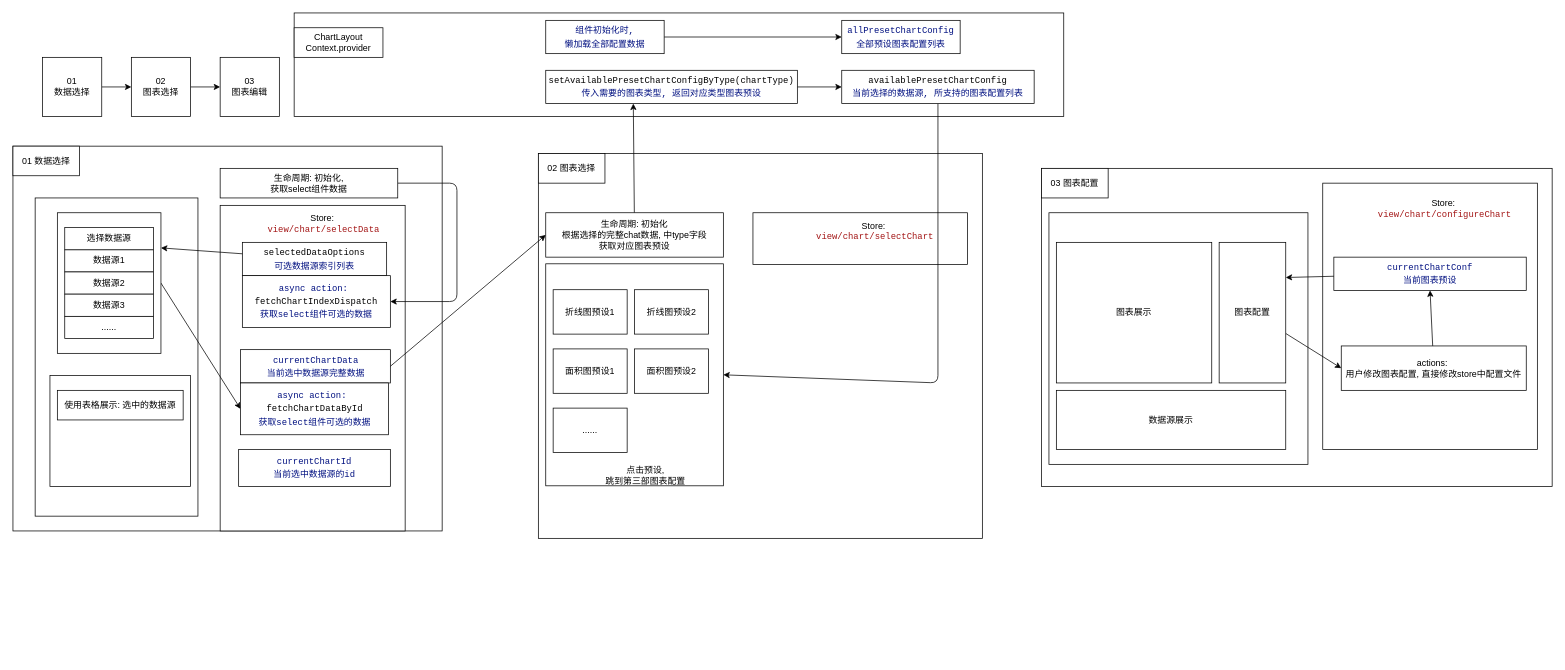
Before: doc/图表配置模块逻辑.drawio in tsja2001/react-dashboard, a draw.io diagram. Source tidied: cells renumbered, new cells numbered last; positions are measured from the earlier drawing's top-left corner, leaving out a move shared by most shapes. Both pictures are drawn from the tidied source at 74%, with x=0, y=0 at pixel (13, 13).
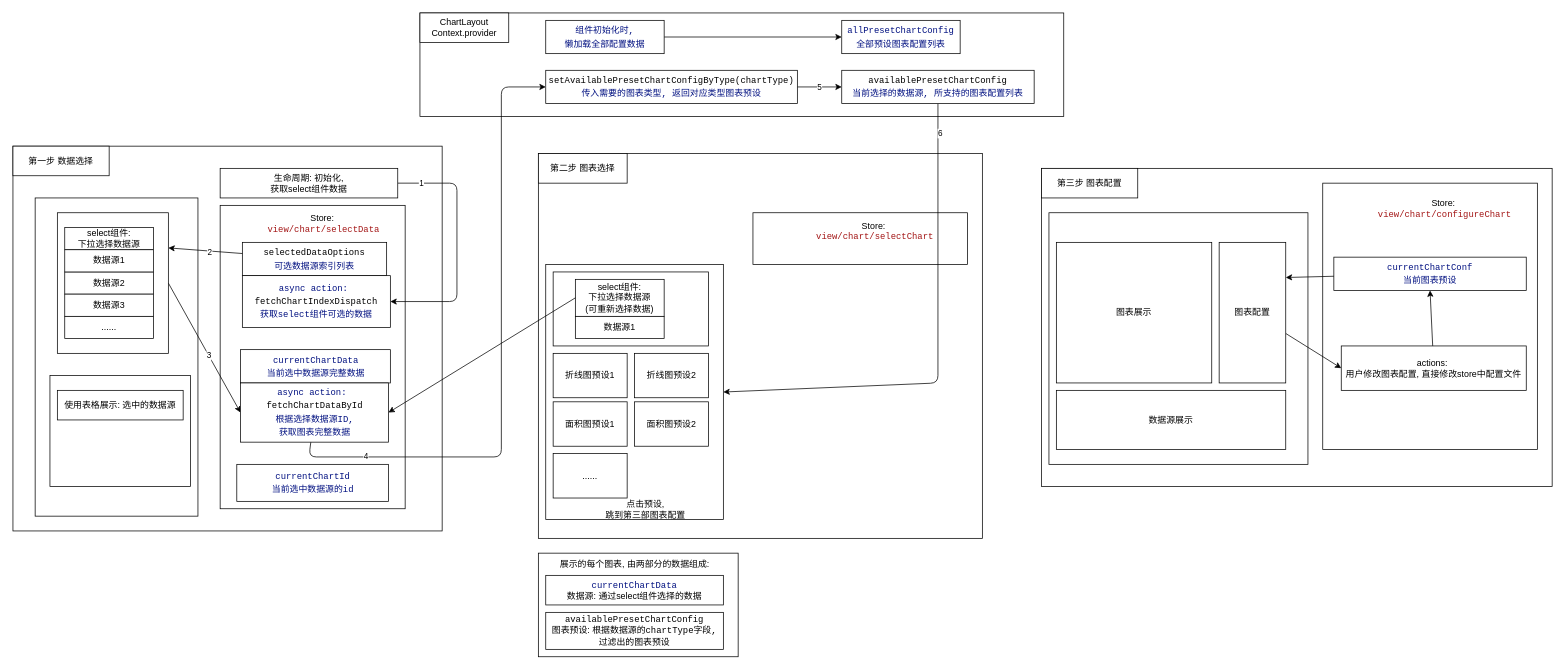
The same diagram, later.

Commit message:
feat: 完善图表配置文档UML图

Unchanged cells that the change refers to:
```xml
<mxCell id="12" value="&lt;div style=&quot;background-color: rgb(255, 255, 255); font-family: &amp;quot;Input Mono&amp;quot;, &amp;quot;Fira Code&amp;quot;, monospace, Menlo, Monaco, &amp;quot;Courier New&amp;quot;, monospace; line-height: 18px;&quot;&gt;&lt;div style=&quot;color: rgb(59, 59, 59); line-height: 18px;&quot;&gt;&lt;span style=&quot;color: #001080;&quot;&gt;currentChartData&lt;/span&gt;&lt;/div&gt;&lt;/div&gt;&lt;div style=&quot;background-color: rgb(255, 255, 255); font-family: &amp;quot;Input Mono&amp;quot;, &amp;quot;Fira Code&amp;quot;, monospace, Menlo, Monaco, &amp;quot;Courier New&amp;quot;, monospace; line-height: 18px;&quot;&gt;&lt;font color=&quot;#001080&quot;&gt;当前选中数据源完整数据&lt;/font&gt;&lt;/div&gt;" style="rounded=0;whiteSpace=wrap;html=1;" parent="1" vertex="1">
  <mxGeometry x="307.5" y="455" width="202.5" height="45" as="geometry" />
</mxCell>
<mxCell id="39" style="edgeStyle=none;html=1;exitX=1;exitY=0.5;exitDx=0;exitDy=0;entryX=0;entryY=0.5;entryDx=0;entryDy=0;" parent="1" edge="1" source="40" target="61">
  <mxGeometry relative="1" as="geometry" />
</mxCell>
<mxCell id="46" style="edgeStyle=none;html=1;entryX=1;entryY=0.25;entryDx=0;entryDy=0;" parent="1" edge="1" source="11" target="40">
  <mxGeometry relative="1" as="geometry" />
</mxCell>
<mxCell id="52" style="edgeStyle=none;html=1;entryX=1;entryY=0.5;entryDx=0;entryDy=0;" parent="1" edge="1" source="53" target="18">
  <mxGeometry relative="1" as="geometry">
    <Array as="points">
      <mxPoint x="1250" y="500" />
    </Array>
  </mxGeometry>
</mxCell>
<mxCell id="53" value="&lt;div style=&quot;color: rgb(59, 59, 59); background-color: rgb(255, 255, 255); font-family: &amp;quot;Input Mono&amp;quot;, &amp;quot;Fira Code&amp;quot;, monospace, Menlo, Monaco, &amp;quot;Courier New&amp;quot;, monospace; line-height: 18px;&quot;&gt;&lt;div style=&quot;line-height: 18px;&quot;&gt;&lt;div style=&quot;color: rgb(0, 0, 0); line-height: 18px;&quot;&gt;availablePresetChartConfig&lt;/div&gt;&lt;/div&gt;&lt;/div&gt;&lt;div style=&quot;color: rgb(59, 59, 59); background-color: rgb(255, 255, 255); font-family: &amp;quot;Input Mono&amp;quot;, &amp;quot;Fira Code&amp;quot;, monospace, Menlo, Monaco, &amp;quot;Courier New&amp;quot;, monospace; line-height: 18px;&quot;&gt;&lt;span style=&quot;color: rgb(0, 16, 128);&quot;&gt;当前选择的数据源, 所支持的图表配置列表&lt;/span&gt;&lt;br&gt;&lt;/div&gt;" style="rounded=0;whiteSpace=wrap;html=1;" parent="1" vertex="1">
  <mxGeometry x="1120" y="77.5" width="260" height="45" as="geometry" />
</mxCell>
<mxCell id="55" value="&lt;div style=&quot;color: rgb(59, 59, 59); background-color: rgb(255, 255, 255); font-family: &amp;quot;Input Mono&amp;quot;, &amp;quot;Fira Code&amp;quot;, monospace, Menlo, Monaco, &amp;quot;Courier New&amp;quot;, monospace; line-height: 18px;&quot;&gt;&lt;div style=&quot;line-height: 18px;&quot;&gt;&lt;div style=&quot;color: rgb(0, 0, 0); line-height: 18px;&quot;&gt;&lt;div style=&quot;line-height: 18px;&quot;&gt;setAvailablePresetChartConfigByType(chartType)&lt;/div&gt;&lt;/div&gt;&lt;/div&gt;&lt;/div&gt;&lt;div style=&quot;background-color: rgb(255, 255, 255); font-family: &amp;quot;Input Mono&amp;quot;, &amp;quot;Fira Code&amp;quot;, monospace, Menlo, Monaco, &amp;quot;Courier New&amp;quot;, monospace; line-height: 18px;&quot;&gt;&lt;font color=&quot;#001080&quot;&gt;传入需要的图表类型, 返回对应类型图表预设&lt;/font&gt;&lt;/div&gt;" style="rounded=0;whiteSpace=wrap;html=1;" parent="1" vertex="1">
  <mxGeometry x="720" y="77.5" width="340" height="45" as="geometry" />
</mxCell>
<mxCell id="63" style="edgeStyle=none;html=1;entryX=1;entryY=0.5;entryDx=0;entryDy=0;" parent="1" edge="1" source="64" target="60">
  <mxGeometry relative="1" as="geometry">
    <Array as="points">
      <mxPoint x="600" y="230" />
      <mxPoint x="600" y="390" />
    </Array>
  </mxGeometry>
</mxCell>
```

Change to the diagram source:
```diff
@@
-    <mxCell id="2" style="edgeStyle=none;html=1;" parent="1" edge="1" source="3" target="5">
-      <mxGeometry relative="1" as="geometry" />
-    </mxCell>
-    <mxCell id="3" value="01&lt;br&gt;数据选择" style="rounded=0;whiteSpace=wrap;html=1;fontFamily=Helvetica;fontSize=12;fontColor=default;align=center;strokeColor=default;fillColor=default;" parent="1" vertex="1">
-      <mxGeometry x="40" y="60" width="80" height="80" as="geometry" />
-    </mxCell>
-    <mxCell id="4" style="edgeStyle=none;html=1;" parent="1" edge="1" source="5" target="6">
-      <mxGeometry relative="1" as="geometry" />
-    </mxCell>
-    <mxCell id="5" value="02&lt;br&gt;图表选择" style="rounded=0;whiteSpace=wrap;html=1;fontFamily=Helvetica;fontSize=12;fontColor=default;align=center;strokeColor=default;fillColor=default;" parent="1" vertex="1">
-      <mxGeometry x="160" y="60" width="80" height="80" as="geometry" />
-    </mxCell>
-    <mxCell id="6" value="03&lt;br&gt;图表编辑" style="rounded=0;whiteSpace=wrap;html=1;fontFamily=Helvetica;fontSize=12;fontColor=default;align=center;strokeColor=default;fillColor=default;" parent="1" vertex="1">
-      <mxGeometry x="280" y="60" width="80" height="80" as="geometry" />
-    </mxCell>
@@
-    <mxCell id="8" value="01 数据选择" style="rounded=0;whiteSpace=wrap;html=1;" parent="1" vertex="1">
-      <mxGeometry y="180" width="90" height="40" as="geometry" />
+    <mxCell id="8" value="第一步 数据选择" style="rounded=0;whiteSpace=wrap;html=1;" parent="1" vertex="1">
+      <mxGeometry y="180" width="130" height="40" as="geometry" />
     </mxCell>
     <mxCell id="9" style="rounded=0;whiteSpace=wrap;html=1;" parent="1" vertex="1">
-      <mxGeometry x="280" y="260" width="250" height="440" as="geometry" />
+      <mxGeometry x="280" y="260" width="250" height="410" as="geometry" />
     </mxCell>
@@
     <mxCell id="13" value="&lt;div style=&quot;background-color: rgb(255, 255, 255); font-family: &amp;quot;Input Mono&amp;quot;, &amp;quot;Fira Code&amp;quot;, monospace, Menlo, Monaco, &amp;quot;Courier New&amp;quot;, monospace; line-height: 18px;&quot;&gt;&lt;div style=&quot;color: rgb(59, 59, 59); line-height: 18px;&quot;&gt;&lt;div style=&quot;line-height: 18px;&quot;&gt;&lt;span style=&quot;color: #001080;&quot;&gt;currentChartId&lt;/span&gt;&lt;/div&gt;&lt;/div&gt;&lt;/div&gt;&lt;div style=&quot;background-color: rgb(255, 255, 255); font-family: &amp;quot;Input Mono&amp;quot;, &amp;quot;Fira Code&amp;quot;, monospace, Menlo, Monaco, &amp;quot;Courier New&amp;quot;, monospace; line-height: 18px;&quot;&gt;&lt;font color=&quot;#001080&quot;&gt;当前选中数据源的id&lt;/font&gt;&lt;/div&gt;" style="rounded=0;whiteSpace=wrap;html=1;" parent="1" vertex="1">
-      <mxGeometry x="305" y="590" width="205" height="50" as="geometry" />
+      <mxGeometry x="302.5" y="610" width="205" height="50" as="geometry" />
     </mxCell>
@@
-    <mxCell id="15" value="02 图表选择" style="rounded=0;whiteSpace=wrap;html=1;" parent="1" vertex="1">
-      <mxGeometry x="710" y="190" width="90" height="40" as="geometry" />
+    <mxCell id="15" value="第二步 图表选择" style="rounded=0;whiteSpace=wrap;html=1;" parent="1" vertex="1">
+      <mxGeometry x="710" y="190" width="120" height="40" as="geometry" />
     </mxCell>
@@
     <mxCell id="18" style="rounded=0;whiteSpace=wrap;html=1;fontSize=12;" parent="1" vertex="1">
-      <mxGeometry x="720" y="339" width="240" height="300" as="geometry" />
+      <mxGeometry x="720" y="340" width="240" height="344.5" as="geometry" />
     </mxCell>
     <mxCell id="19" value="折线图预设1" style="rounded=0;whiteSpace=wrap;html=1;" parent="1" vertex="1">
-      <mxGeometry x="730" y="374" width="100" height="60" as="geometry" />
+      <mxGeometry x="730" y="460" width="100" height="60" as="geometry" />
     </mxCell>
     <mxCell id="20" value="折线图预设2" style="rounded=0;whiteSpace=wrap;html=1;" parent="1" vertex="1">
-      <mxGeometry x="840" y="374" width="100" height="60" as="geometry" />
+      <mxGeometry x="840" y="460" width="100" height="60" as="geometry" />
     </mxCell>
     <mxCell id="21" value="面积图预设1" style="rounded=0;whiteSpace=wrap;html=1;" parent="1" vertex="1">
-      <mxGeometry x="730" y="454" width="100" height="60" as="geometry" />
+      <mxGeometry x="730" y="525.5" width="100" height="60" as="geometry" />
     </mxCell>
     <mxCell id="22" value="面积图预设2" style="rounded=0;whiteSpace=wrap;html=1;" parent="1" vertex="1">
-      <mxGeometry x="840" y="454" width="100" height="60" as="geometry" />
+      <mxGeometry x="840" y="525.5" width="100" height="60" as="geometry" />
     </mxCell>
     <mxCell id="23" value="......" style="rounded=0;whiteSpace=wrap;html=1;" parent="1" vertex="1">
-      <mxGeometry x="730" y="534" width="100" height="60" as="geometry" />
+      <mxGeometry x="730" y="595.5" width="100" height="60" as="geometry" />
     </mxCell>
@@
-    <mxCell id="25" value="03&amp;nbsp;图表配置" style="rounded=0;whiteSpace=wrap;html=1;" parent="1" vertex="1">
-      <mxGeometry x="1390" y="210" width="90" height="40" as="geometry" />
+    <mxCell id="25" value="第三步 图表配置" style="rounded=0;whiteSpace=wrap;html=1;" parent="1" vertex="1">
+      <mxGeometry x="1390" y="210" width="130" height="40" as="geometry" />
     </mxCell>
@@
     <mxCell id="35" value="点击预设, &lt;br&gt;跳到第三部图表配置" style="text;html=1;strokeColor=none;fillColor=none;align=center;verticalAlign=middle;whiteSpace=wrap;rounded=0;fontSize=12;" parent="1" vertex="1">
-      <mxGeometry x="790" y="610" width="130" height="30" as="geometry" />
+      <mxGeometry x="790" y="655.5" width="130" height="30" as="geometry" />
     </mxCell>
@@
+    <mxCell id="65" value="3" style="edgeLabel;html=1;align=center;verticalAlign=middle;" parent="39" vertex="1">
+      <mxGeometry x="0.12" relative="1" as="geometry" />
+    </mxCell>
     <mxCell id="40" style="rounded=0;whiteSpace=wrap;html=1;" parent="1" vertex="1">
-      <mxGeometry x="60" y="270" width="140" height="190" as="geometry" />
+      <mxGeometry x="60" y="270" width="150" height="190" as="geometry" />
     </mxCell>
-    <mxCell id="41" value="数据源1" style="rounded=0;whiteSpace=wrap;html=1;" parent="1" vertex="1">
-      <mxGeometry x="70" y="320" width="120" height="30" as="geometry" />
-    </mxCell>
@@
-    <mxCell id="45" value="选择数据源" style="rounded=0;whiteSpace=wrap;html=1;" parent="1" vertex="1">
+    <mxCell id="45" value="select组件: &lt;br&gt;下拉选择数据源" style="rounded=0;whiteSpace=wrap;html=1;" parent="1" vertex="1">
       <mxGeometry x="70" y="290" width="120" height="30" as="geometry" />
     </mxCell>
@@
+    <mxCell id="66" value="2" style="edgeLabel;html=1;align=center;verticalAlign=middle;" parent="46" vertex="1">
+      <mxGeometry x="-0.11" y="1" relative="1" as="geometry" />
+    </mxCell>
@@
     <mxCell id="49" style="rounded=0;whiteSpace=wrap;html=1;" parent="1" vertex="1">
-      <mxGeometry x="380" width="1040" height="140" as="geometry" />
+      <mxGeometry x="550" width="870" height="140" as="geometry" />
     </mxCell>
     <mxCell id="50" value="ChartLayout&lt;br&gt;Context.provider" style="rounded=0;whiteSpace=wrap;html=1;" parent="1" vertex="1">
-      <mxGeometry x="380" y="20" width="120" height="40" as="geometry" />
+      <mxGeometry x="550" width="120" height="40" as="geometry" />
     </mxCell>
@@
+    <mxCell id="67" value="6" style="edgeLabel;html=1;align=center;verticalAlign=middle;" parent="52" vertex="1">
+      <mxGeometry x="-0.88" y="2" relative="1" as="geometry" />
+    </mxCell>
@@
-    <mxCell id="54" style="edgeStyle=none;html=1;entryX=0;entryY=0.5;entryDx=0;entryDy=0;" parent="1" edge="1" source="55" target="53">
+    <mxCell id="54" value="5" style="edgeStyle=none;html=1;entryX=0;entryY=0.5;entryDx=0;entryDy=0;" parent="1" edge="1" source="55" target="53">
       <mxGeometry relative="1" as="geometry" />
     </mxCell>
@@
-    <mxCell id="58" style="edgeStyle=none;html=1;entryX=0.348;entryY=1;entryDx=0;entryDy=0;entryPerimeter=0;" parent="1" edge="1" source="59" target="55">
-      <mxGeometry relative="1" as="geometry" />
-    </mxCell>
-    <mxCell id="59" value="生命周期: 初始化&lt;br&gt;根据选择的完整chat数据, 中type字段&lt;br&gt;获取对应图表预设" style="rounded=0;whiteSpace=wrap;html=1;" parent="1" vertex="1">
-      <mxGeometry x="720" y="270" width="240" height="60" as="geometry" />
-    </mxCell>
@@
+    <mxCell id="68" style="edgeStyle=none;html=1;entryX=0;entryY=0.5;entryDx=0;entryDy=0;" parent="1" edge="1" source="61" target="55">
+      <mxGeometry relative="1" as="geometry">
+        <Array as="points">
+          <mxPoint x="400" y="600" />
+          <mxPoint x="660" y="600" />
+          <mxPoint x="660" y="100" />
+        </Array>
+      </mxGeometry>
+    </mxCell>
+    <mxCell id="69" value="4" style="edgeLabel;html=1;align=center;verticalAlign=middle;" parent="68" vertex="1">
+      <mxGeometry x="-0.77" y="-3" relative="1" as="geometry">
+        <mxPoint y="-5" as="offset" />
+      </mxGeometry>
+    </mxCell>
-    <mxCell id="61" value="&lt;div style=&quot;background-color: rgb(255, 255, 255); font-family: &amp;quot;Input Mono&amp;quot;, &amp;quot;Fira Code&amp;quot;, monospace, Menlo, Monaco, &amp;quot;Courier New&amp;quot;, monospace; line-height: 18px;&quot;&gt;&lt;div style=&quot;line-height: 18px;&quot;&gt;&lt;div style=&quot;line-height: 18px;&quot;&gt;&lt;font color=&quot;#001080&quot;&gt;async action:&amp;nbsp;&lt;/font&gt;&lt;/div&gt;&lt;div style=&quot;line-height: 18px;&quot;&gt;&lt;div style=&quot;line-height: 18px;&quot;&gt;fetchChartDataById&lt;/div&gt;&lt;/div&gt;&lt;/div&gt;&lt;/div&gt;&lt;div style=&quot;background-color: rgb(255, 255, 255); font-family: &amp;quot;Input Mono&amp;quot;, &amp;quot;Fira Code&amp;quot;, monospace, Menlo, Monaco, &amp;quot;Courier New&amp;quot;, monospace; line-height: 18px;&quot;&gt;&lt;font color=&quot;#001080&quot;&gt;获取select组件可选的数据&lt;/font&gt;&lt;/div&gt;" style="rounded=0;whiteSpace=wrap;html=1;" parent="1" vertex="1">
-      <mxGeometry x="307.5" y="500" width="200" height="70" as="geometry" />
+    <mxCell id="61" value="&lt;div style=&quot;background-color: rgb(255, 255, 255); font-family: &amp;quot;Input Mono&amp;quot;, &amp;quot;Fira Code&amp;quot;, monospace, Menlo, Monaco, &amp;quot;Courier New&amp;quot;, monospace; line-height: 18px;&quot;&gt;&lt;div style=&quot;line-height: 18px;&quot;&gt;&lt;div style=&quot;line-height: 18px;&quot;&gt;&lt;font color=&quot;#001080&quot;&gt;async action:&amp;nbsp;&lt;/font&gt;&lt;/div&gt;&lt;div style=&quot;line-height: 18px;&quot;&gt;&lt;div style=&quot;line-height: 18px;&quot;&gt;fetchChartDataById&lt;/div&gt;&lt;/div&gt;&lt;/div&gt;&lt;/div&gt;&lt;div style=&quot;background-color: rgb(255, 255, 255); font-family: &amp;quot;Input Mono&amp;quot;, &amp;quot;Fira Code&amp;quot;, monospace, Menlo, Monaco, &amp;quot;Courier New&amp;quot;, monospace; line-height: 18px;&quot;&gt;&lt;font color=&quot;#001080&quot;&gt;根据选择数据源ID,&lt;/font&gt;&lt;/div&gt;&lt;div style=&quot;background-color: rgb(255, 255, 255); font-family: &amp;quot;Input Mono&amp;quot;, &amp;quot;Fira Code&amp;quot;, monospace, Menlo, Monaco, &amp;quot;Courier New&amp;quot;, monospace; line-height: 18px;&quot;&gt;&lt;font color=&quot;#001080&quot;&gt;获取图表完整数据&lt;/font&gt;&lt;/div&gt;" style="rounded=0;whiteSpace=wrap;html=1;" parent="1" vertex="1">
+      <mxGeometry x="307.5" y="500" width="200" height="80" as="geometry" />
     </mxCell>
-    <mxCell id="62" style="edgeStyle=none;html=1;entryX=0;entryY=0.5;entryDx=0;entryDy=0;exitX=1;exitY=0.5;exitDx=0;exitDy=0;" parent="1" edge="1" source="12" target="59">
-      <mxGeometry relative="1" as="geometry" />
-    </mxCell>
@@
+    <mxCell id="70" value="1" style="edgeLabel;html=1;align=center;verticalAlign=middle;" parent="63" vertex="1">
+      <mxGeometry x="-0.85" y="-3" relative="1" as="geometry">
+        <mxPoint x="6" y="-3" as="offset" />
+      </mxGeometry>
+    </mxCell>
@@
+    <mxCell id="71" style="rounded=0;whiteSpace=wrap;html=1;" parent="1" vertex="1">
+      <mxGeometry x="730" y="350" width="210" height="100" as="geometry" />
+    </mxCell>
+    <mxCell id="72" value="select组件: &lt;br&gt;下拉选择数据源&lt;br&gt;(可重新选择数据)" style="rounded=0;whiteSpace=wrap;html=1;" parent="1" vertex="1">
+      <mxGeometry x="760" y="360" width="120" height="50" as="geometry" />
+    </mxCell>
+    <mxCell id="41" value="数据源1" style="rounded=0;whiteSpace=wrap;html=1;" parent="1" vertex="1">
+      <mxGeometry x="760" y="410" width="120" height="30" as="geometry" />
+    </mxCell>
+    <mxCell id="73" style="endArrow=classic;html=1;entryX=1;entryY=0.5;entryDx=0;entryDy=0;exitX=0;exitY=0.5;exitDx=0;exitDy=0;" parent="1" edge="1" source="72" target="61">
+      <mxGeometry relative="1" as="geometry" />
+    </mxCell>
+    <mxCell id="74" value="数据源1" style="rounded=0;whiteSpace=wrap;html=1;" parent="1" vertex="1">
+      <mxGeometry x="70" y="320" width="120" height="30" as="geometry" />
+    </mxCell>
+    <mxCell id="75" style="rounded=0;whiteSpace=wrap;html=1;" parent="1" vertex="1">
+      <mxGeometry x="710" y="730" width="270" height="140" as="geometry" />
+    </mxCell>
+    <mxCell id="76" value="展示的每个图表, 由两部分的数据组成:" style="text;html=1;strokeColor=none;fillColor=none;align=center;verticalAlign=middle;whiteSpace=wrap;rounded=0;" parent="1" vertex="1">
+      <mxGeometry x="733.8" y="730" width="212.5" height="30" as="geometry" />
+    </mxCell>
+    <mxCell id="77" value="&lt;span style=&quot;color: rgb(0, 16, 128); font-family: &amp;quot;Input Mono&amp;quot;, &amp;quot;Fira Code&amp;quot;, monospace, Menlo, Monaco, &amp;quot;Courier New&amp;quot;, monospace; background-color: rgb(255, 255, 255);&quot;&gt;currentChartData&lt;/span&gt;&lt;br&gt;数据源: 通过select组件选择的数据" style="rounded=0;whiteSpace=wrap;html=1;" parent="1" vertex="1">
+      <mxGeometry x="720" y="760" width="240" height="40" as="geometry" />
+    </mxCell>
+    <mxCell id="78" value="&lt;span style=&quot;font-family: &amp;quot;Input Mono&amp;quot;, &amp;quot;Fira Code&amp;quot;, monospace, Menlo, Monaco, &amp;quot;Courier New&amp;quot;, monospace; background-color: rgb(255, 255, 255);&quot;&gt;availablePresetChartConfig&lt;br&gt;&lt;/span&gt;图表预设: 根据数据源的&lt;span style=&quot;background-color: rgb(255, 255, 255); font-family: &amp;quot;Input Mono&amp;quot;, &amp;quot;Fira Code&amp;quot;, monospace, Menlo, Monaco, &amp;quot;Courier New&amp;quot;, monospace;&quot;&gt;chartType字段,&lt;br&gt;过滤出的图表预设&lt;br&gt;&lt;/span&gt;" style="rounded=0;whiteSpace=wrap;html=1;" parent="1" vertex="1">
+      <mxGeometry x="720" y="810" width="240" height="50" as="geometry" />
+    </mxCell>
```
